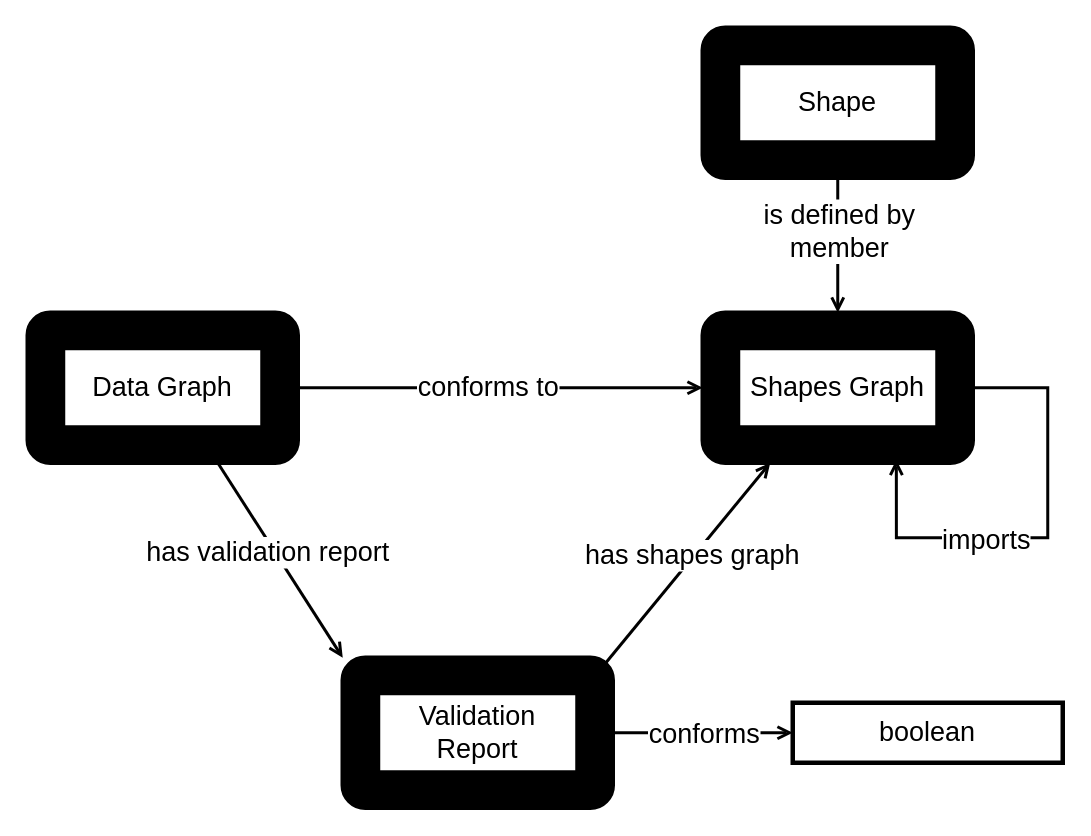
Above: page "profiles vocab" (4 of 4) of shacl12-profiling/img/shacl-profiles.drawio in w3c/data-shapes (draw.io), before the change. Source tidied: cells renumbered, new cells numbered last; positions are measured from the earlier drawing's top-left corner, leaving out a move shared by most shapes. Both pictures are drawn from the tidied source at 150%, with x=0, y=0 at pixel (27, 27).
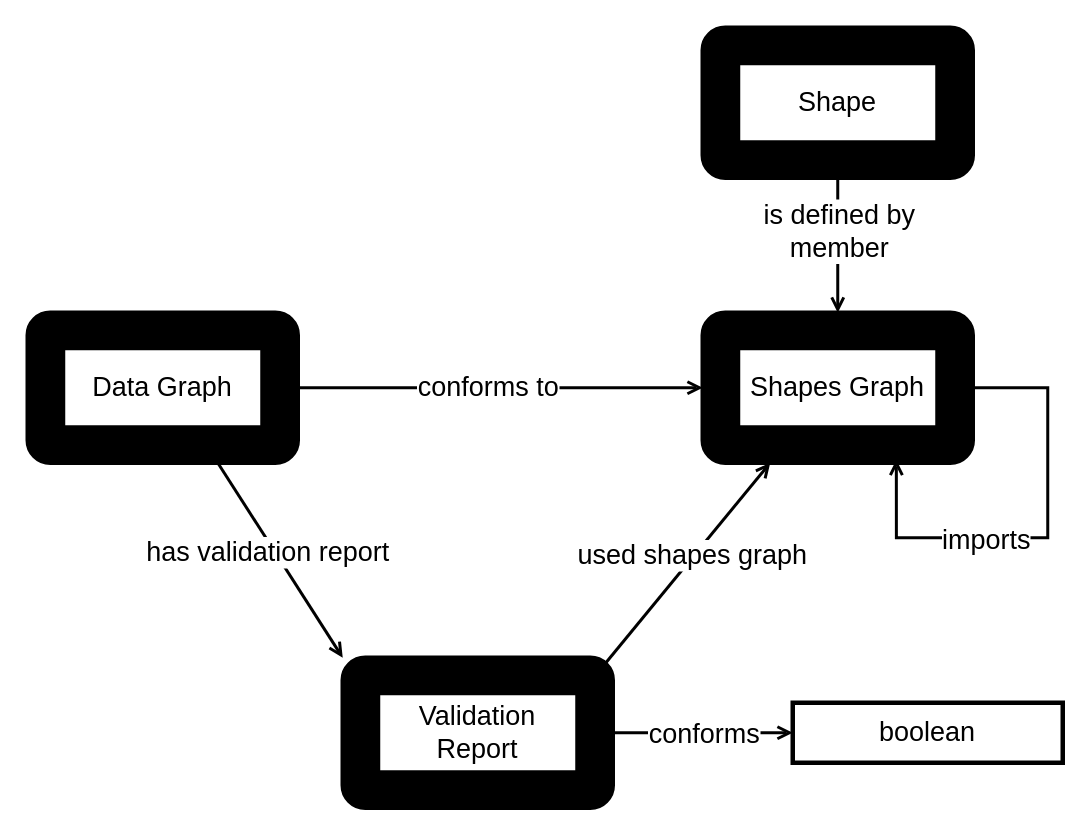
After the change.

Unchanged cells that the change refers to:
```xml
<mxCell id="8" style="rounded=0;jettySize=auto;html=1;endArrow=open;endFill=0;strokeWidth=2;exitX=0.967;exitY=0.05;exitDx=0;exitDy=0;entryX=0.25;entryY=1;entryDx=0;entryDy=0;exitPerimeter=0;" parent="1" edge="1" source="14" target="22">
  <mxGeometry relative="1" as="geometry" />
</mxCell>
```

Diff of the diagram source:
```diff
@@
-    <mxCell id="9" value="has shapes graph" style="edgeLabel;html=1;align=center;verticalAlign=middle;fontSize=18;" parent="8" vertex="1">
+    <mxCell id="9" value="used shapes graph" style="edgeLabel;html=1;align=center;verticalAlign=middle;fontSize=18;" parent="8" vertex="1">
       <mxGeometry x="0.08" y="2" relative="1" as="geometry" />
     </mxCell>
```
